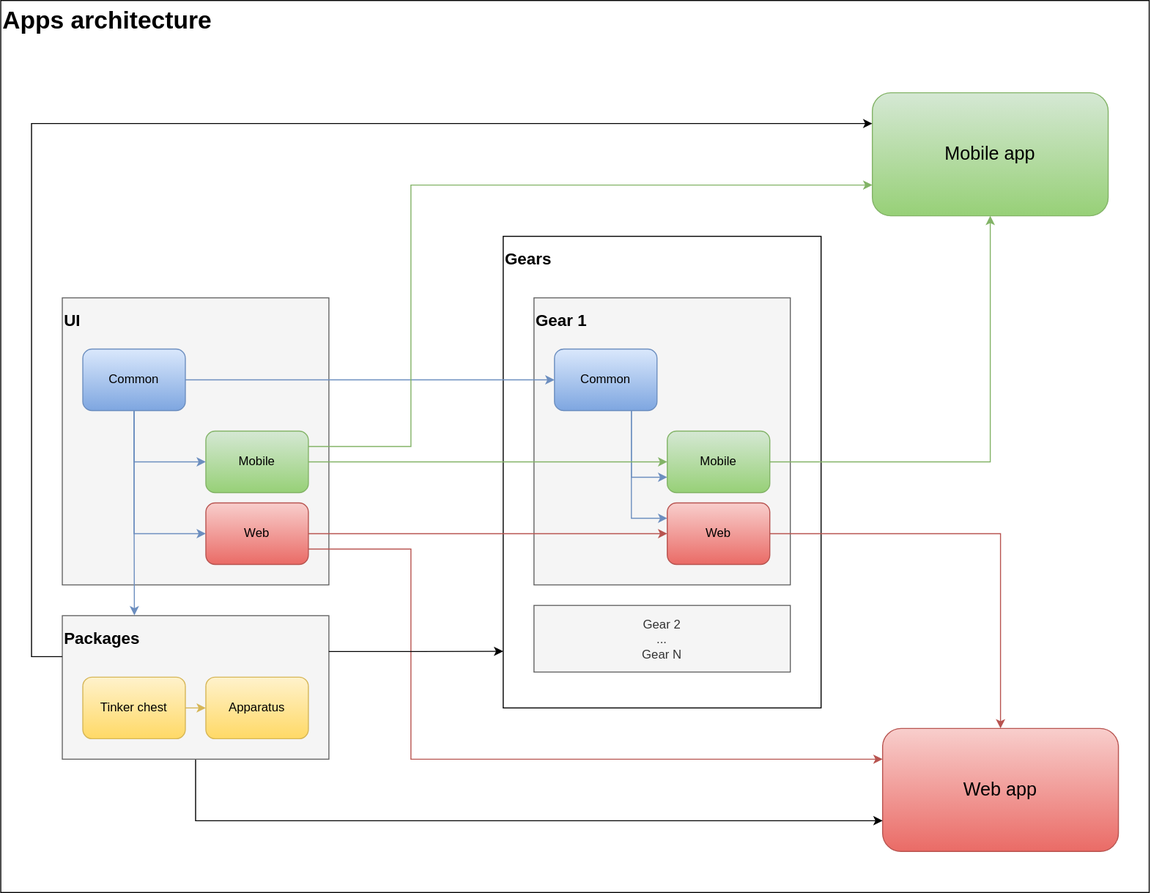
the-dead-planet/nav-gauge keeps this draw.io diagram as docs/assets/architecture.svg. Above is the earlier version. Source tidied: cells renumbered, new cells last; positions are measured from the earlier drawing's top-left corner, leaving out a move shared by most shapes.
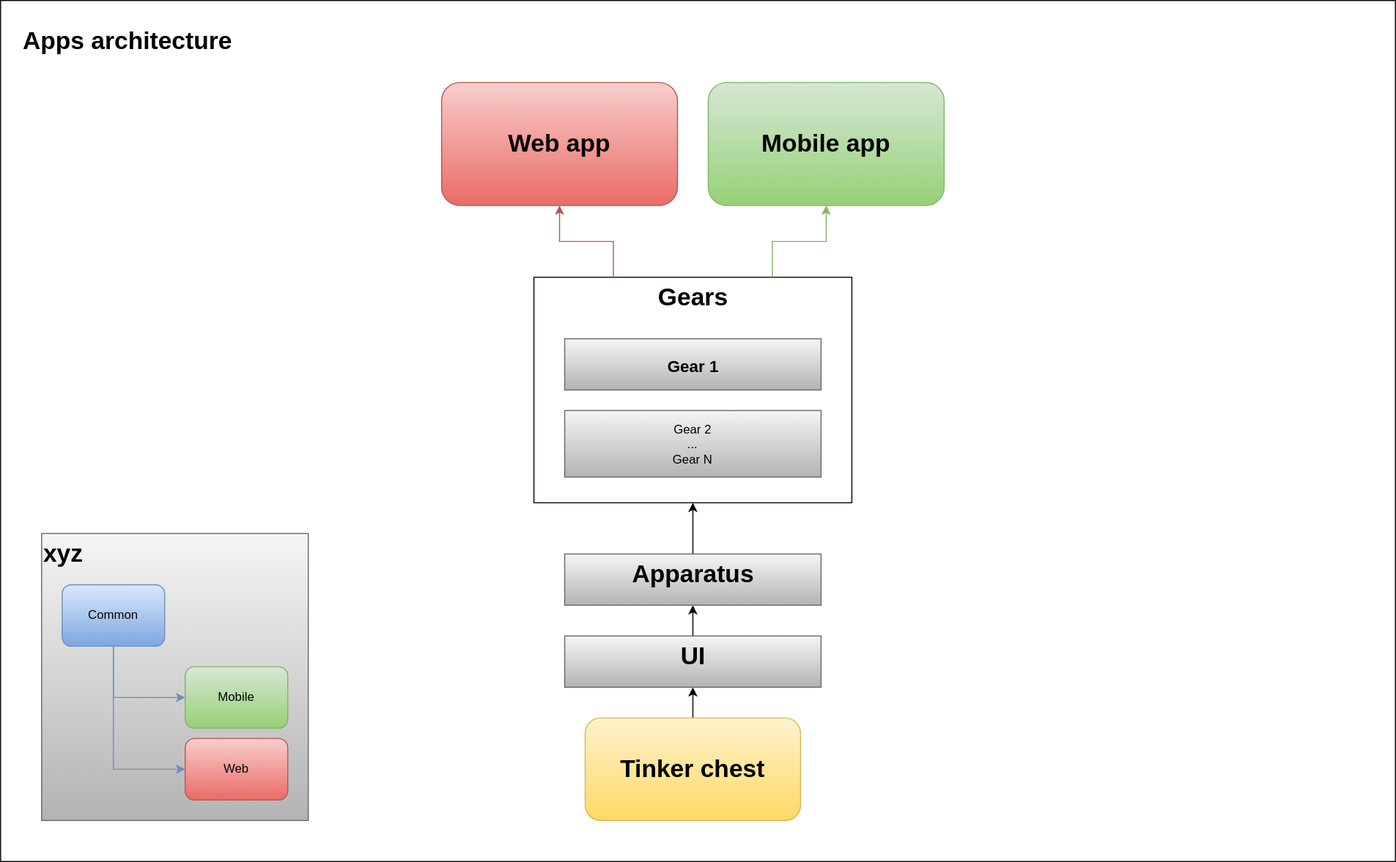
The same file after the commit.

The edit, as a diff of the source:
```diff
@@ -33,7 +33,7 @@
       </mxGeometry>
     </mxCell>
     <mxCell id="8" style="rounded=0;whiteSpace=wrap;html=1;" parent="1" vertex="1">
-      <mxGeometry y="70" width="1120" height="870" as="geometry" />
+      <mxGeometry x="-390" y="70" width="1360" height="840" as="geometry" />
     </mxCell>
     <mxCell id="9" style="edgeStyle=orthogonalEdgeStyle;rounded=0;orthogonalLoop=1;jettySize=auto;html=1;exitX=0.5;exitY=1;exitDx=0;exitDy=0;" parent="1" edge="1">
       <mxGeometry relative="1" as="geometry">
@@ -41,133 +41,80 @@
         <mxPoint x="590" y="560" as="targetPoint" />
       </mxGeometry>
     </mxCell>
-    <mxCell id="10" value="&lt;font style=&quot;font-size: 18px;&quot;&gt;Mobile app&lt;/font&gt;" style="rounded=1;whiteSpace=wrap;html=1;fillColor=#d5e8d4;strokeColor=#82b366;gradientColor=#97d077;" parent="1" vertex="1">
-      <mxGeometry x="850" y="160" width="230" height="120" as="geometry" />
+    <mxCell id="10" value="&lt;b&gt;&lt;font style=&quot;font-size: 24px;&quot;&gt;Mobile app&lt;/font&gt;&lt;/b&gt;" style="rounded=1;whiteSpace=wrap;html=1;fillColor=#d5e8d4;strokeColor=#82b366;gradientColor=#97d077;" parent="1" vertex="1">
+      <mxGeometry x="300" y="150" width="230" height="120" as="geometry" />
     </mxCell>
-    <mxCell id="11" value="&lt;font style=&quot;font-size: 18px;&quot;&gt;Web app&lt;/font&gt;" style="rounded=1;whiteSpace=wrap;html=1;fillColor=#f8cecc;strokeColor=#b85450;gradientColor=#ea6b66;" parent="1" vertex="1">
-      <mxGeometry x="860" y="780" width="230" height="120" as="geometry" />
+    <mxCell id="11" value="&lt;b&gt;&lt;font style=&quot;font-size: 24px;&quot;&gt;Web app&lt;/font&gt;&lt;/b&gt;" style="rounded=1;whiteSpace=wrap;html=1;fillColor=#f8cecc;strokeColor=#b85450;gradientColor=#ea6b66;" parent="1" vertex="1">
+      <mxGeometry x="40" y="150" width="230" height="120" as="geometry" />
     </mxCell>
-    <mxCell id="12" style="edgeStyle=orthogonalEdgeStyle;rounded=0;jettySize=auto;html=1;exitX=0.5;exitY=1;exitDx=0;exitDy=0;entryX=0;entryY=0.75;entryDx=0;entryDy=0;strokeColor=light-dark(#000000,#999900);" parent="1" edge="1" source="13" target="11">
-      <mxGeometry relative="1" as="geometry" />
-    </mxCell>
-    <mxCell id="13" style="rounded=0;whiteSpace=wrap;html=1;fillColor=#f5f5f5;fontColor=#333333;strokeColor=#666666;" parent="1" vertex="1">
-      <mxGeometry x="60" y="670" width="260" height="140" as="geometry" />
-    </mxCell>
     <mxCell id="14" value="&lt;div align=&quot;left&quot;&gt;Apps architecture&lt;/div&gt;" style="text;strokeColor=none;fillColor=none;html=1;fontSize=24;fontStyle=1;verticalAlign=middle;align=left;" parent="1" vertex="1">
-      <mxGeometry y="70" width="160" height="40" as="geometry" />
+      <mxGeometry x="-370" y="90" width="1320" height="40" as="geometry" />
     </mxCell>
-    <mxCell id="15" style="rounded=0;whiteSpace=wrap;html=1;fillColor=#f5f5f5;fontColor=#333333;strokeColor=#666666;" parent="1" vertex="1">
-      <mxGeometry x="60" y="360" width="260" height="280" as="geometry" />
-    </mxCell>
-    <mxCell id="16" value="&lt;div align=&quot;left&quot;&gt;&lt;font style=&quot;font-size: 16px;&quot;&gt;UI&lt;/font&gt;&lt;/div&gt;" style="text;strokeColor=none;fillColor=none;html=1;fontSize=24;fontStyle=1;verticalAlign=middle;align=left;" parent="1" vertex="1">
-      <mxGeometry x="60" y="360" width="100" height="40" as="geometry" />
-    </mxCell>
-    <mxCell id="17" style="edgeStyle=orthogonalEdgeStyle;rounded=0;jettySize=auto;html=1;exitX=0;exitY=1;exitDx=0;exitDy=0;entryX=0;entryY=0.25;entryDx=0;entryDy=0;strokeColor=light-dark(#000000,#999900);" parent="1" edge="1" source="18" target="10">
-      <mxGeometry relative="1" as="geometry">
-        <Array as="points">
-          <mxPoint x="30" y="710" />
-          <mxPoint x="30" y="190" />
-        </Array>
-      </mxGeometry>
-    </mxCell>
-    <mxCell id="18" value="&lt;div align=&quot;left&quot;&gt;&lt;font style=&quot;font-size: 16px;&quot;&gt;Packages&lt;/font&gt;&lt;/div&gt;" style="text;strokeColor=none;fillColor=none;html=1;fontSize=24;fontStyle=1;verticalAlign=middle;align=left;" parent="1" vertex="1">
-      <mxGeometry x="60" y="670" width="100" height="40" as="geometry" />
-    </mxCell>
     <mxCell id="19" style="rounded=0;whiteSpace=wrap;html=1;strokeColor=light-dark(#000000,#414141);" parent="1" vertex="1">
-      <mxGeometry x="490" y="300" width="310" height="460" as="geometry" />
+      <mxGeometry x="130" y="340" width="310" height="220" as="geometry" />
     </mxCell>
+    <mxCell id="46" style="edgeStyle=orthogonalEdgeStyle;rounded=0;jettySize=auto;html=1;exitX=0.25;exitY=0;exitDx=0;exitDy=0;entryX=0.5;entryY=1;entryDx=0;entryDy=0;fillColor=#f8cecc;gradientColor=#ea6b66;strokeColor=#b85450;" parent="1" edge="1" source="20" target="11">
+      <mxGeometry relative="1" as="geometry" />
+    </mxCell>
+    <mxCell id="47" style="edgeStyle=orthogonalEdgeStyle;rounded=0;jettySize=auto;html=1;exitX=0.75;exitY=0;exitDx=0;exitDy=0;fillColor=#d5e8d4;gradientColor=#97d077;strokeColor=#82b366;" parent="1" edge="1" source="20" target="10">
+      <mxGeometry relative="1" as="geometry" />
+    </mxCell>
-    <mxCell id="20" value="&lt;div align=&quot;left&quot;&gt;&lt;font style=&quot;font-size: 16px;&quot;&gt;Gears&lt;/font&gt;&lt;/div&gt;" style="text;strokeColor=none;fillColor=none;html=1;fontSize=24;fontStyle=1;verticalAlign=middle;align=left;" parent="1" vertex="1">
-      <mxGeometry x="490" y="300" width="100" height="40" as="geometry" />
+    <mxCell id="20" value="&lt;div&gt;&lt;font&gt;Gears&lt;/font&gt;&lt;/div&gt;" style="text;strokeColor=none;fillColor=none;html=1;fontSize=24;fontStyle=1;verticalAlign=middle;align=center;" parent="1" vertex="1">
+      <mxGeometry x="130" y="340" width="310" height="40" as="geometry" />
     </mxCell>
-    <mxCell id="21" style="rounded=0;whiteSpace=wrap;html=1;fillColor=#f5f5f5;fontColor=#333333;strokeColor=#666666;" parent="1" vertex="1">
-      <mxGeometry x="520" y="360" width="250" height="280" as="geometry" />
+    <mxCell id="21" style="rounded=0;whiteSpace=wrap;html=1;fillColor=#f5f5f5;strokeColor=#666666;gradientColor=#b3b3b3;" parent="1" vertex="1">
+      <mxGeometry x="160" y="400" width="250" height="50" as="geometry" />
     </mxCell>
-    <mxCell id="22" value="&lt;div align=&quot;left&quot;&gt;&lt;font style=&quot;font-size: 16px;&quot;&gt;Gear 1&lt;/font&gt;&lt;/div&gt;" style="text;strokeColor=none;fillColor=none;html=1;fontSize=24;fontStyle=1;verticalAlign=middle;align=left;" parent="1" vertex="1">
-      <mxGeometry x="520" y="360" width="100" height="40" as="geometry" />
+    <mxCell id="22" value="&lt;div&gt;&lt;font style=&quot;font-size: 16px;&quot;&gt;Gear 1&lt;/font&gt;&lt;/div&gt;" style="text;strokeColor=none;fillColor=none;html=1;fontSize=24;fontStyle=1;verticalAlign=middle;align=center;" parent="1" vertex="1">
+      <mxGeometry x="160" y="405" width="250" height="40" as="geometry" />
     </mxCell>
-    <mxCell id="23" style="edgeStyle=orthogonalEdgeStyle;rounded=0;jettySize=auto;html=1;exitX=0.75;exitY=1;exitDx=0;exitDy=0;entryX=0;entryY=0.25;entryDx=0;entryDy=0;fillColor=#dae8fc;gradientColor=#7ea6e0;strokeColor=#6c8ebf;" parent="1" edge="1" source="25" target="28">
-      <mxGeometry relative="1" as="geometry" />
-    </mxCell>
-    <mxCell id="24" style="edgeStyle=orthogonalEdgeStyle;rounded=0;jettySize=auto;html=1;exitX=0.75;exitY=1;exitDx=0;exitDy=0;entryX=0;entryY=0.75;entryDx=0;entryDy=0;fillColor=#dae8fc;gradientColor=#7ea6e0;strokeColor=#6c8ebf;" parent="1" edge="1" source="25" target="27">
-      <mxGeometry relative="1" as="geometry" />
-    </mxCell>
-    <mxCell id="25" value="Common" style="rounded=1;whiteSpace=wrap;html=1;fillColor=#dae8fc;strokeColor=#6c8ebf;gradientColor=#7ea6e0;" parent="1" vertex="1">
-      <mxGeometry x="540" y="410" width="100" height="60" as="geometry" />
-    </mxCell>
-    <mxCell id="26" value="&lt;div&gt;Gear 2&lt;/div&gt;&lt;div&gt;...&lt;/div&gt;Gear N" style="rounded=0;whiteSpace=wrap;html=1;fillColor=#f5f5f5;fontColor=#333333;strokeColor=#666666;" parent="1" vertex="1">
-      <mxGeometry x="520" y="660" width="250" height="65" as="geometry" />
+    <mxCell id="26" value="&lt;div&gt;Gear 2&lt;/div&gt;&lt;div&gt;...&lt;/div&gt;Gear N" style="rounded=0;whiteSpace=wrap;html=1;fillColor=#f5f5f5;strokeColor=#666666;gradientColor=#b3b3b3;" parent="1" vertex="1">
+      <mxGeometry x="160" y="470" width="250" height="65" as="geometry" />
     </mxCell>
-    <mxCell id="27" value="Mobile" style="rounded=1;whiteSpace=wrap;html=1;fillColor=#d5e8d4;strokeColor=#82b366;gradientColor=#97d077;" parent="1" vertex="1">
-      <mxGeometry x="650" y="490" width="100" height="60" as="geometry" />
-    </mxCell>
-    <mxCell id="28" value="Web" style="rounded=1;whiteSpace=wrap;html=1;fillColor=#f8cecc;strokeColor=#b85450;gradientColor=#ea6b66;" parent="1" vertex="1">
-      <mxGeometry x="650" y="560" width="100" height="60" as="geometry" />
-    </mxCell>
-    <mxCell id="29" value="Web" style="rounded=1;whiteSpace=wrap;html=1;fillColor=#f8cecc;strokeColor=#b85450;gradientColor=#ea6b66;" parent="1" vertex="1">
-      <mxGeometry x="200" y="560" width="100" height="60" as="geometry" />
-    </mxCell>
-    <mxCell id="30" value="Mobile" style="rounded=1;whiteSpace=wrap;html=1;fillColor=#d5e8d4;strokeColor=#82b366;gradientColor=#97d077;" parent="1" vertex="1">
-      <mxGeometry x="200" y="490" width="100" height="60" as="geometry" />
-    </mxCell>
-    <mxCell id="31" style="edgeStyle=orthogonalEdgeStyle;rounded=0;jettySize=auto;html=1;exitX=0.5;exitY=1;exitDx=0;exitDy=0;entryX=0;entryY=0.5;entryDx=0;entryDy=0;fillColor=#dae8fc;gradientColor=#7ea6e0;strokeColor=#6c8ebf;" parent="1" edge="1" source="34" target="30">
-      <mxGeometry relative="1" as="geometry" />
-    </mxCell>
-    <mxCell id="32" style="edgeStyle=orthogonalEdgeStyle;rounded=0;jettySize=auto;html=1;exitX=0.5;exitY=1;exitDx=0;exitDy=0;entryX=0;entryY=0.5;entryDx=0;entryDy=0;fillColor=#dae8fc;gradientColor=#7ea6e0;strokeColor=#6c8ebf;" parent="1" edge="1" source="34" target="29">
-      <mxGeometry relative="1" as="geometry" />
-    </mxCell>
-    <mxCell id="33" style="edgeStyle=orthogonalEdgeStyle;rounded=0;jettySize=auto;html=1;exitX=1;exitY=0.5;exitDx=0;exitDy=0;entryX=0;entryY=0.5;entryDx=0;entryDy=0;fillColor=#dae8fc;gradientColor=#7ea6e0;strokeColor=#6c8ebf;" parent="1" edge="1" source="34" target="25">
-      <mxGeometry relative="1" as="geometry" />
-    </mxCell>
-    <mxCell id="34" value="Common" style="rounded=1;whiteSpace=wrap;html=1;fillColor=#dae8fc;strokeColor=#6c8ebf;gradientColor=#7ea6e0;" parent="1" vertex="1">
-      <mxGeometry x="80" y="410" width="100" height="60" as="geometry" />
-    </mxCell>
-    <mxCell id="35" style="edgeStyle=orthogonalEdgeStyle;rounded=0;jettySize=auto;html=1;exitX=1;exitY=0.5;exitDx=0;exitDy=0;entryX=0;entryY=0.5;entryDx=0;entryDy=0;fillColor=#fff2cc;gradientColor=#ffd966;strokeColor=light-dark(#D6B656,#999900);" parent="1" edge="1" source="36" target="37">
-      <mxGeometry relative="1" as="geometry" />
-    </mxCell>
+    <mxCell id="48" style="edgeStyle=orthogonalEdgeStyle;rounded=0;jettySize=auto;html=1;exitX=0.5;exitY=0;exitDx=0;exitDy=0;entryX=0.5;entryY=1;entryDx=0;entryDy=0;" parent="1" edge="1" source="36" target="57">
+      <mxGeometry relative="1" as="geometry" />
+    </mxCell>
-    <mxCell id="36" value="Tinker chest" style="rounded=1;whiteSpace=wrap;html=1;fillColor=light-dark(#FFF2CC,#333300);gradientColor=light-dark(#FFD966,#666600);strokeColor=light-dark(#D6B656,#999900);" parent="1" vertex="1">
-      <mxGeometry x="80" y="730" width="100" height="60" as="geometry" />
+    <mxCell id="36" value="&lt;font style=&quot;font-size: 24px;&quot;&gt;&lt;b&gt;&lt;font&gt;Tinker chest&lt;/font&gt;&lt;/b&gt;&lt;/font&gt;" style="rounded=1;whiteSpace=wrap;html=1;fillColor=light-dark(#FFF2CC,#333300);gradientColor=light-dark(#FFD966,#666600);strokeColor=light-dark(#D6B656,#999900);" parent="1" vertex="1">
+      <mxGeometry x="180" y="770" width="210" height="100" as="geometry" />
     </mxCell>
+    <mxCell id="49" style="rounded=0;whiteSpace=wrap;html=1;fillColor=#f5f5f5;strokeColor=#666666;gradientColor=#b3b3b3;" parent="1" vertex="1">
+      <mxGeometry x="-350" y="590" width="260" height="280" as="geometry" />
+    </mxCell>
+    <mxCell id="50" value="xyz" style="text;strokeColor=none;fillColor=none;html=1;fontSize=24;fontStyle=1;verticalAlign=middle;align=left;" parent="1" vertex="1">
+      <mxGeometry x="-350" y="590" width="100" height="40" as="geometry" />
+    </mxCell>
+    <mxCell id="51" value="Web" style="rounded=1;whiteSpace=wrap;html=1;fillColor=#f8cecc;strokeColor=#b85450;gradientColor=#ea6b66;" parent="1" vertex="1">
+      <mxGeometry x="-210" y="790" width="100" height="60" as="geometry" />
+    </mxCell>
+    <mxCell id="52" value="Mobile" style="rounded=1;whiteSpace=wrap;html=1;fillColor=#d5e8d4;strokeColor=#82b366;gradientColor=#97d077;" parent="1" vertex="1">
+      <mxGeometry x="-210" y="720" width="100" height="60" as="geometry" />
+    </mxCell>
+    <mxCell id="53" style="edgeStyle=orthogonalEdgeStyle;rounded=0;jettySize=auto;html=1;exitX=0.5;exitY=1;exitDx=0;exitDy=0;entryX=0;entryY=0.5;entryDx=0;entryDy=0;fillColor=#dae8fc;gradientColor=#7ea6e0;strokeColor=#6c8ebf;" parent="1" edge="1" source="55" target="52">
+      <mxGeometry relative="1" as="geometry" />
+    </mxCell>
+    <mxCell id="54" style="edgeStyle=orthogonalEdgeStyle;rounded=0;jettySize=auto;html=1;exitX=0.5;exitY=1;exitDx=0;exitDy=0;entryX=0;entryY=0.5;entryDx=0;entryDy=0;fillColor=#dae8fc;gradientColor=#7ea6e0;strokeColor=#6c8ebf;" parent="1" edge="1" source="55" target="51">
+      <mxGeometry relative="1" as="geometry" />
+    </mxCell>
+    <mxCell id="55" value="Common" style="rounded=1;whiteSpace=wrap;html=1;fillColor=#dae8fc;strokeColor=#6c8ebf;gradientColor=#7ea6e0;" parent="1" vertex="1">
+      <mxGeometry x="-330" y="640" width="100" height="60" as="geometry" />
+    </mxCell>
+    <mxCell id="56" style="edgeStyle=orthogonalEdgeStyle;rounded=0;jettySize=auto;html=1;exitX=0.5;exitY=0;exitDx=0;exitDy=0;" parent="1" edge="1" source="57" target="59">
+      <mxGeometry relative="1" as="geometry" />
+    </mxCell>
+    <mxCell id="57" style="rounded=0;whiteSpace=wrap;html=1;fillColor=#f5f5f5;strokeColor=#666666;gradientColor=#b3b3b3;" parent="1" vertex="1">
+      <mxGeometry x="160" y="690" width="250" height="50" as="geometry" />
+    </mxCell>
+    <mxCell id="16" value="&lt;div&gt;UI&lt;/div&gt;" style="text;strokeColor=none;fillColor=none;html=1;fontSize=24;fontStyle=1;verticalAlign=middle;align=center;" parent="1" vertex="1">
+      <mxGeometry x="160" y="690" width="250" height="40" as="geometry" />
+    </mxCell>
+    <mxCell id="58" style="edgeStyle=orthogonalEdgeStyle;rounded=0;jettySize=auto;html=1;exitX=0.5;exitY=0;exitDx=0;exitDy=0;" parent="1" edge="1" source="59" target="19">
+      <mxGeometry relative="1" as="geometry" />
+    </mxCell>
+    <mxCell id="59" style="rounded=0;whiteSpace=wrap;html=1;fillColor=#f5f5f5;strokeColor=#666666;gradientColor=#b3b3b3;" parent="1" vertex="1">
+      <mxGeometry x="160" y="610" width="250" height="50" as="geometry" />
+    </mxCell>
-    <mxCell id="37" value="Apparatus" style="rounded=1;whiteSpace=wrap;html=1;fillColor=light-dark(#FFF2CC,#333300);gradientColor=light-dark(#FFD966,#666600);strokeColor=light-dark(#D6B656,#999900);" parent="1" vertex="1">
-      <mxGeometry x="200" y="730" width="100" height="60" as="geometry" />
+    <mxCell id="37" value="&lt;div&gt;Apparatus&lt;/div&gt;" style="text;strokeColor=none;fillColor=none;html=1;fontSize=24;fontStyle=1;verticalAlign=middle;align=center;" parent="1" vertex="1">
+      <mxGeometry x="160" y="610" width="250" height="40" as="geometry" />
     </mxCell>
-    <mxCell id="38" style="edgeStyle=orthogonalEdgeStyle;rounded=0;jettySize=auto;html=1;exitX=1;exitY=0.5;exitDx=0;exitDy=0;fillColor=#f8cecc;gradientColor=#ea6b66;strokeColor=#b85450;" parent="1" edge="1" source="28" target="11">
-      <mxGeometry relative="1" as="geometry" />
-    </mxCell>
-    <mxCell id="39" style="edgeStyle=orthogonalEdgeStyle;rounded=0;jettySize=auto;html=1;exitX=1;exitY=0.5;exitDx=0;exitDy=0;fillColor=#d5e8d4;gradientColor=#97d077;strokeColor=#82b366;" parent="1" edge="1" source="27" target="10">
-      <mxGeometry relative="1" as="geometry" />
-    </mxCell>
-    <mxCell id="40" style="edgeStyle=orthogonalEdgeStyle;rounded=0;jettySize=auto;html=1;entryX=0;entryY=0.5;entryDx=0;entryDy=0;fillColor=#d5e8d4;gradientColor=#97d077;strokeColor=#82b366;" parent="1" edge="1" target="27">
-      <mxGeometry relative="1" as="geometry">
-        <mxPoint x="300" y="520" as="sourcePoint" />
-        <Array as="points">
-          <mxPoint x="300" y="520" />
-        </Array>
-      </mxGeometry>
-    </mxCell>
-    <mxCell id="41" style="edgeStyle=orthogonalEdgeStyle;rounded=0;jettySize=auto;html=1;exitX=1;exitY=0.75;exitDx=0;exitDy=0;entryX=0;entryY=0.25;entryDx=0;entryDy=0;fillColor=#f8cecc;gradientColor=#ea6b66;strokeColor=#b85450;" parent="1" edge="1" source="29" target="11">
-      <mxGeometry relative="1" as="geometry">
-        <Array as="points">
-          <mxPoint x="400" y="605" />
-          <mxPoint x="400" y="810" />
-        </Array>
-      </mxGeometry>
-    </mxCell>
-    <mxCell id="42" style="edgeStyle=orthogonalEdgeStyle;rounded=0;jettySize=auto;html=1;exitX=1;exitY=0.5;exitDx=0;exitDy=0;entryX=0;entryY=0.5;entryDx=0;entryDy=0;fillColor=#f8cecc;gradientColor=#ea6b66;strokeColor=#b85450;" parent="1" edge="1" source="29" target="28">
-      <mxGeometry relative="1" as="geometry" />
-    </mxCell>
-    <mxCell id="43" style="edgeStyle=orthogonalEdgeStyle;rounded=0;jettySize=auto;html=1;exitX=1;exitY=0.25;exitDx=0;exitDy=0;entryX=0;entryY=0.75;entryDx=0;entryDy=0;fillColor=#d5e8d4;gradientColor=#97d077;strokeColor=#82b366;" parent="1" edge="1" source="30" target="10">
-      <mxGeometry relative="1" as="geometry">
-        <Array as="points">
-          <mxPoint x="400" y="505" />
-          <mxPoint x="400" y="250" />
-        </Array>
-      </mxGeometry>
-    </mxCell>
-    <mxCell id="44" style="edgeStyle=orthogonalEdgeStyle;rounded=0;jettySize=auto;html=1;exitX=1;exitY=0.25;exitDx=0;exitDy=0;entryX=0;entryY=0.88;entryDx=0;entryDy=0;entryPerimeter=0;strokeColor=light-dark(#000000,#999900);" parent="1" edge="1" source="13" target="19">
-      <mxGeometry relative="1" as="geometry" />
-    </mxCell>
-    <mxCell id="45" style="edgeStyle=orthogonalEdgeStyle;rounded=0;jettySize=auto;html=1;exitX=0.5;exitY=1;exitDx=0;exitDy=0;entryX=0.703;entryY=-0.007;entryDx=0;entryDy=0;entryPerimeter=0;fillColor=#dae8fc;gradientColor=#7ea6e0;strokeColor=#6c8ebf;" parent="1" edge="1" source="34" target="18">
-      <mxGeometry relative="1" as="geometry" />
-    </mxCell>
   </root>
 </mxGraphModel>
```
